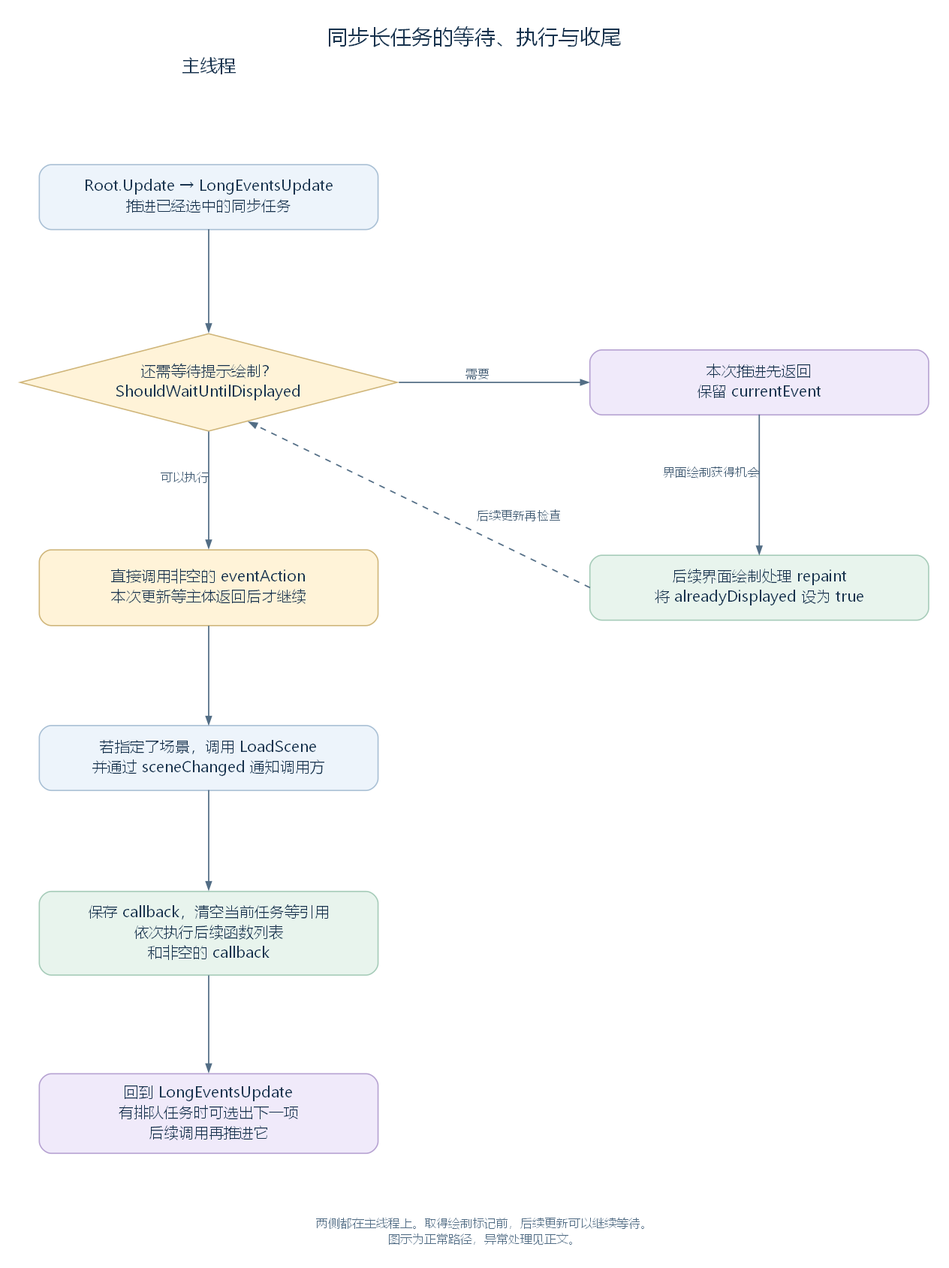
Above: docs/readable/figures/long-event-sync-flow.png in Sil1cateS/rimworld-deconstruction (Graphviz), before the change. Its source is kept beside it as docs/readable/figures/long-event-sync-flow.dot.
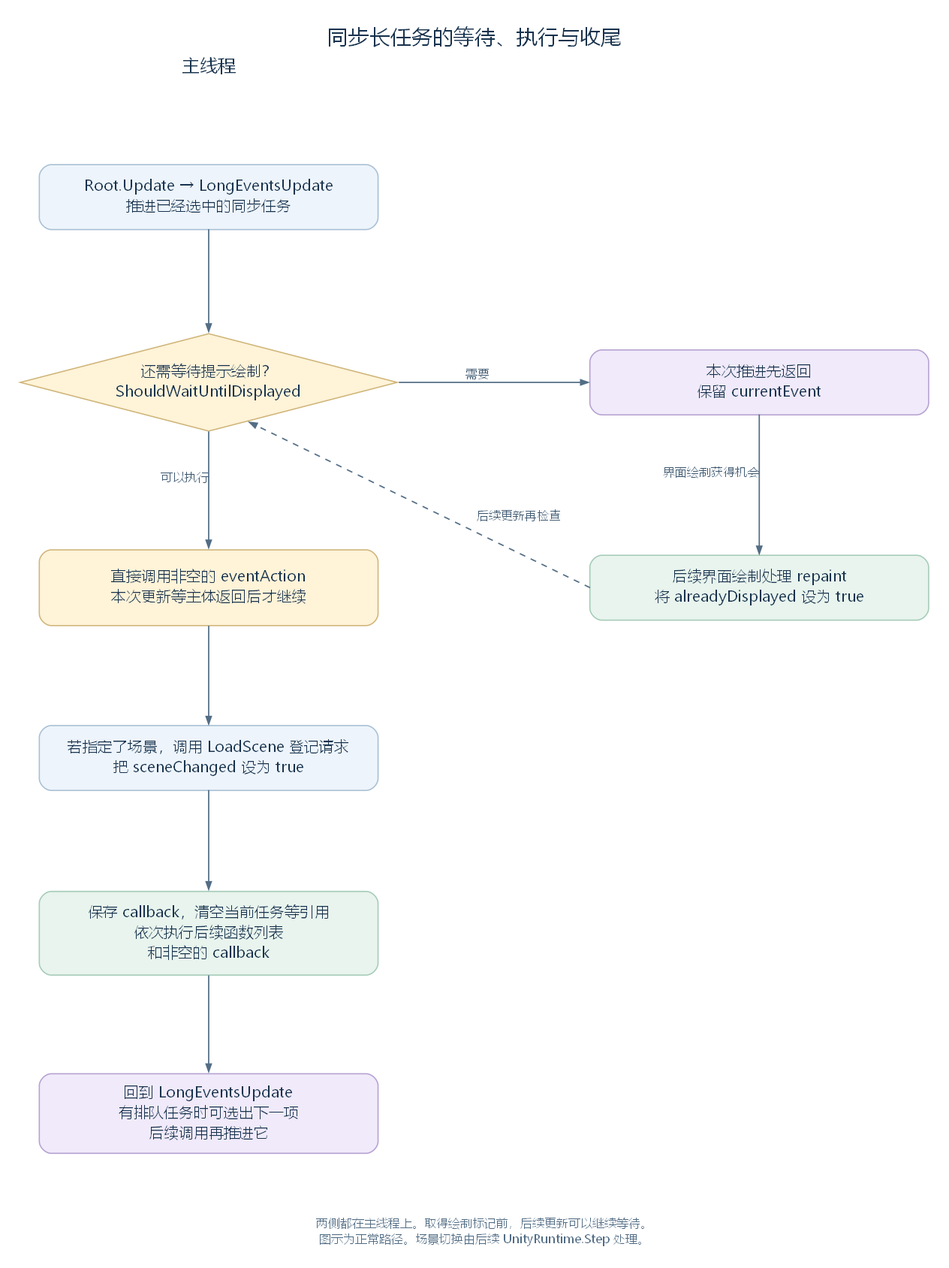
After the change.

Change to the diagram source:
```diff
@@ -8,7 +8,7 @@
   wait [pos="850,875!", label="本次推进先返回\n保留 currentEvent", fillcolor="#f0eafa", color="#b5a1d1"];
   repaint [pos="850,670!", label="后续界面绘制处理 repaint\n将 alreadyDisplayed 设为 true", fillcolor="#e8f4ed", color="#a5cbb8"];
   body [pos="300,670!", height=1.05, label="直接调用非空的 eventAction\n本次更新等主体返回后才继续", fillcolor="#fff3d8", color="#cfb579"];
-  scene [pos="300,500!", label="若指定了场景，调用 LoadScene\n并通过 sceneChanged 通知调用方"];
+  scene [pos="300,500!", label="若指定了场景，调用 LoadScene 登记请求\n把 sceneChanged 设为 true"];
   finish [pos="300,325!", height=1.16, label="保存 callback，清空当前任务等引用\n依次执行后续函数列表\n和非空的 callback", fillcolor="#e8f4ed", color="#a5cbb8"];
   next [pos="300,145!", height=1.1, label="回到 LongEventsUpdate\n有排队任务时可选出下一项\n后续调用再推进它", fillcolor="#f0eafa", color="#b5a1d1"];
   entry:s -> check:n;
@@ -20,5 +20,5 @@
   scene:s -> finish:n;
   finish:s -> next:n;
   recheck [pos="610,741!", shape=plain, style="", fontsize=12, fontcolor="#415b73", label="后续更新再检查"];
-  note [pos="575,27!", shape=plain, style="", fontsize=12, fontcolor="#526d85", label="两侧都在主线程上。取得绘制标记前，后续更新可以继续等待。\n图示为正常路径，异常处理见正文。"];
+  note [pos="575,27!", shape=plain, style="", fontsize=12, fontcolor="#526d85", label="两侧都在主线程上。取得绘制标记前，后续更新可以继续等待。\n图示为正常路径。场景切换由后续 UnityRuntime.Step 处理。"];
 }
```
